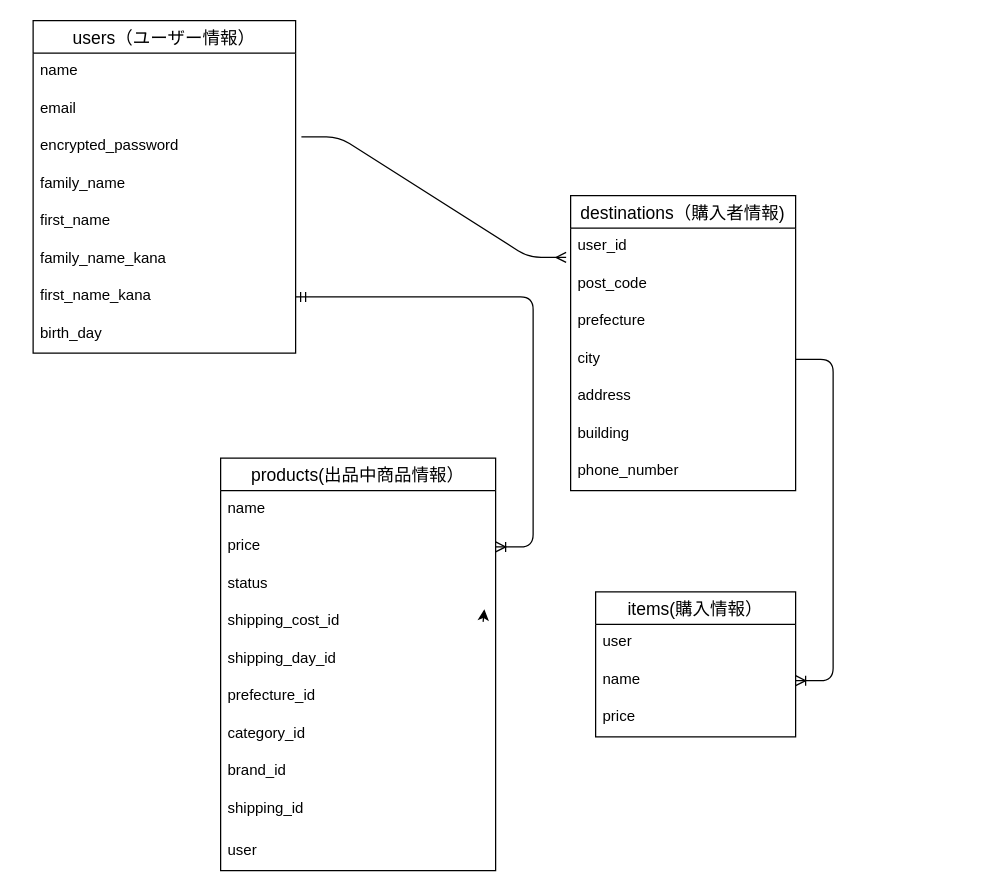
This is furima.dio from pyonkichi0628/furima-38835, a draw.io file, before an edit. Source tidied: cells renumbered, new cells numbered last; positions are measured from the earlier drawing's top-left corner, leaving out a move shared by most shapes. Both pictures are drawn from the tidied source at 125%, with x=0, y=0 at pixel (32, 20).
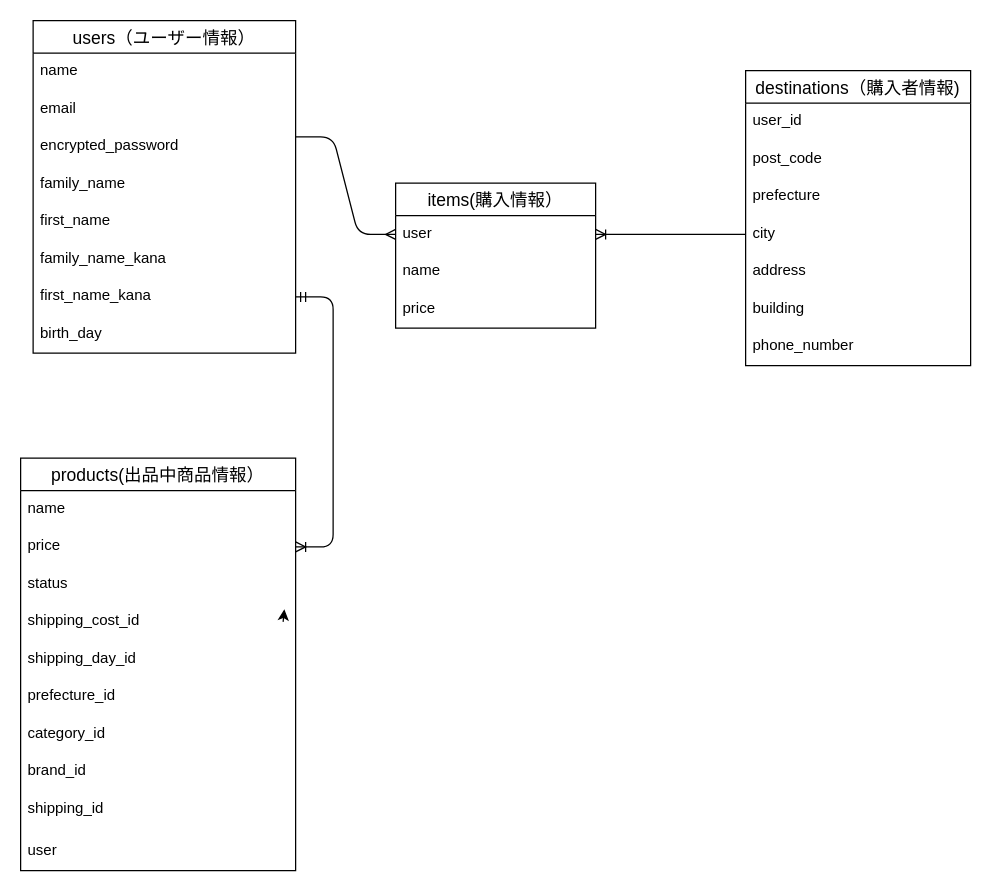
Above is the later version.

Commit message (it also covers changes not shown here):
データベース設計_修正9

The change refers to these unchanged cells:
```xml
<mxCell id="5" value="encrypted_password" style="text;strokeColor=none;fillColor=none;spacingLeft=4;spacingRight=4;overflow=hidden;points=[[0,0.5],[1,0.5]];portConstraint=eastwest;fontSize=12;" parent="2" vertex="1">
  <mxGeometry y="86" width="210" height="30" as="geometry" />
</mxCell>
<mxCell id="12" value="user_id" style="text;strokeColor=none;fillColor=none;spacingLeft=4;spacingRight=4;overflow=hidden;points=[[0,0.5],[1,0.5]];portConstraint=eastwest;fontSize=12;" parent="11" vertex="1">
  <mxGeometry y="26" width="180" height="30" as="geometry" />
</mxCell>
<mxCell id="15" value="city" style="text;strokeColor=none;fillColor=none;spacingLeft=4;spacingRight=4;overflow=hidden;points=[[0,0.5],[1,0.5]];portConstraint=eastwest;fontSize=12;" parent="11" vertex="1">
  <mxGeometry y="116" width="180" height="30" as="geometry" />
</mxCell>
<mxCell id="34" value="user&#10;" style="text;strokeColor=none;fillColor=none;spacingLeft=4;spacingRight=4;overflow=hidden;points=[[0,0.5],[1,0.5]];portConstraint=eastwest;fontSize=12;" parent="33" vertex="1">
  <mxGeometry y="26" width="160" height="30" as="geometry" />
</mxCell>
<mxCell id="35" value="name" style="text;strokeColor=none;fillColor=none;spacingLeft=4;spacingRight=4;overflow=hidden;points=[[0,0.5],[1,0.5]];portConstraint=eastwest;fontSize=12;" parent="33" vertex="1">
  <mxGeometry y="56" width="160" height="30" as="geometry" />
</mxCell>
```

Change to the diagram source:
```diff
@@
     <mxCell id="11" value="destinations（購入者情報)" style="swimlane;fontStyle=0;horizontal=1;startSize=26;align=center;fontSize=14;" parent="1" vertex="1">
-      <mxGeometry x="430" y="140" width="180" height="236" as="geometry" />
+      <mxGeometry x="570" y="40" width="180" height="236" as="geometry" />
     </mxCell>
@@
     <mxCell id="19" value="products(出品中商品情報）" style="swimlane;fontStyle=0;horizontal=1;startSize=26;align=center;fontSize=14;" parent="1" vertex="1">
-      <mxGeometry x="150" y="350" width="220" height="330" as="geometry" />
+      <mxGeometry x="-10" y="350" width="220" height="330" as="geometry" />
     </mxCell>
@@
-    <mxCell id="32" style="edgeStyle=entityRelationEdgeStyle;fontSize=12;html=1;endArrow=ERmany;exitX=1.022;exitY=0.231;exitDx=0;exitDy=0;exitPerimeter=0;entryX=-0.02;entryY=0.78;entryDx=0;entryDy=0;entryPerimeter=0;" parent="1" edge="1" source="5" target="12">
-      <mxGeometry relative="1" as="geometry" />
+    <mxCell id="32" style="edgeStyle=entityRelationEdgeStyle;fontSize=12;html=1;endArrow=ERmany;" parent="1" edge="1" target="34">
+      <mxGeometry relative="1" as="geometry">
+        <mxPoint x="210" y="93" as="sourcePoint" />
+      </mxGeometry>
     </mxCell>
     <mxCell id="33" value="items(購入情報）" style="swimlane;fontStyle=0;horizontal=1;startSize=26;align=center;fontSize=14;" parent="1" vertex="1">
-      <mxGeometry x="450" y="457" width="160" height="116" as="geometry" />
+      <mxGeometry x="290" y="130" width="160" height="116" as="geometry" />
     </mxCell>
@@
-    <mxCell id="37" style="edgeStyle=entityRelationEdgeStyle;fontSize=12;html=1;endArrow=ERoneToMany;exitX=1;exitY=0.5;exitDx=0;exitDy=0;entryX=1;entryY=0.5;entryDx=0;entryDy=0;" parent="1" edge="1" source="15" target="35">
+    <mxCell id="37" style="edgeStyle=entityRelationEdgeStyle;fontSize=12;html=1;endArrow=ERoneToMany;exitX=0;exitY=0.5;exitDx=0;exitDy=0;entryX=1;entryY=0.5;entryDx=0;entryDy=0;" parent="1" edge="1" source="15" target="34">
       <mxGeometry relative="1" as="geometry" />
     </mxCell>
```
